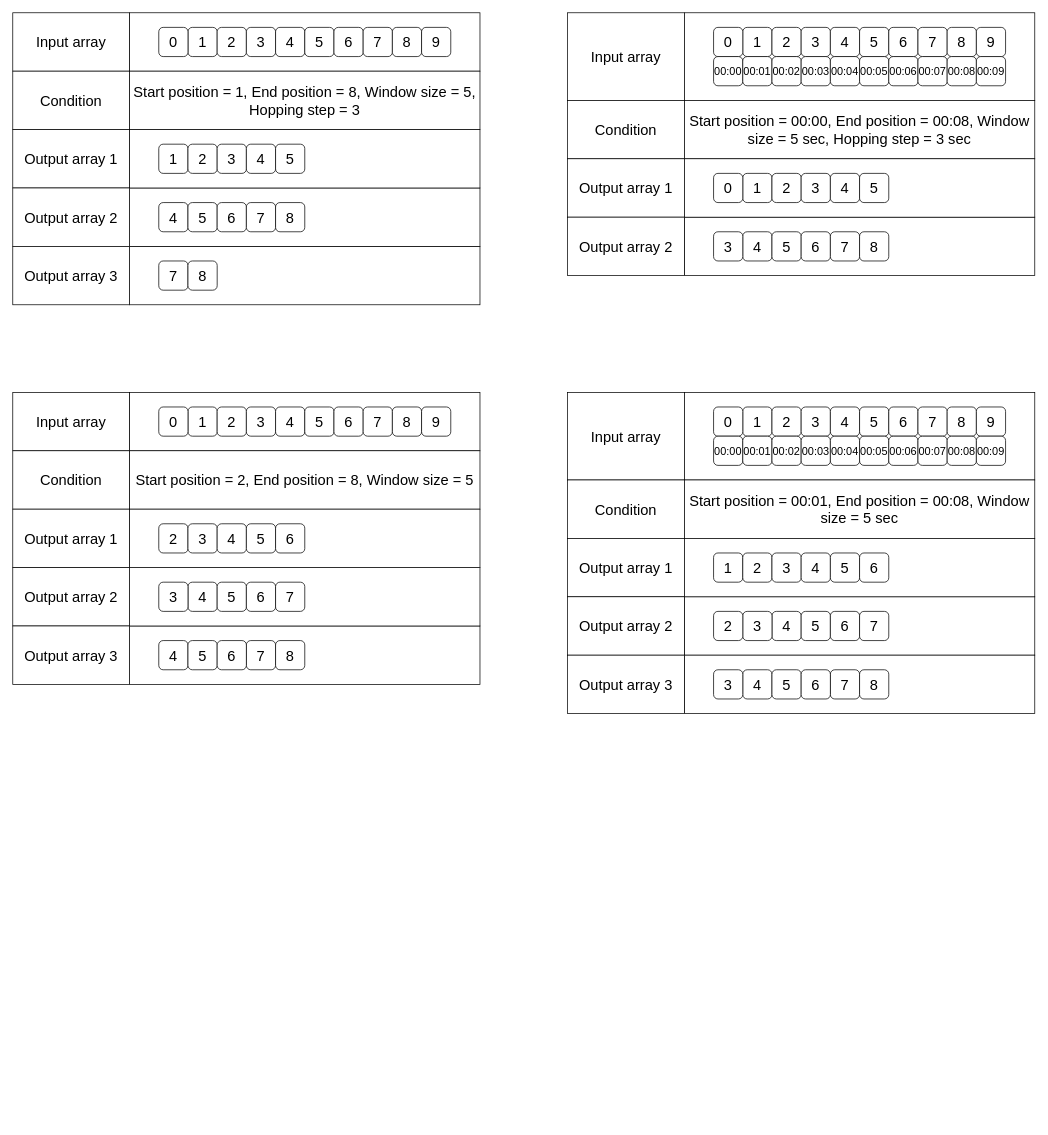
peponi-paradise/Peponi keeps this draw.io diagram as Peponi.Math/Peponi.Math/Docs/Windowing drawing.drawio. Above is the earlier version. Source tidied: cells renumbered, new cells numbered last; positions are measured from the earlier drawing's top-left corner, leaving out a move shared by most shapes. Both pictures are drawn from the tidied source at 73%, with x=0, y=0 at pixel (12, 12).
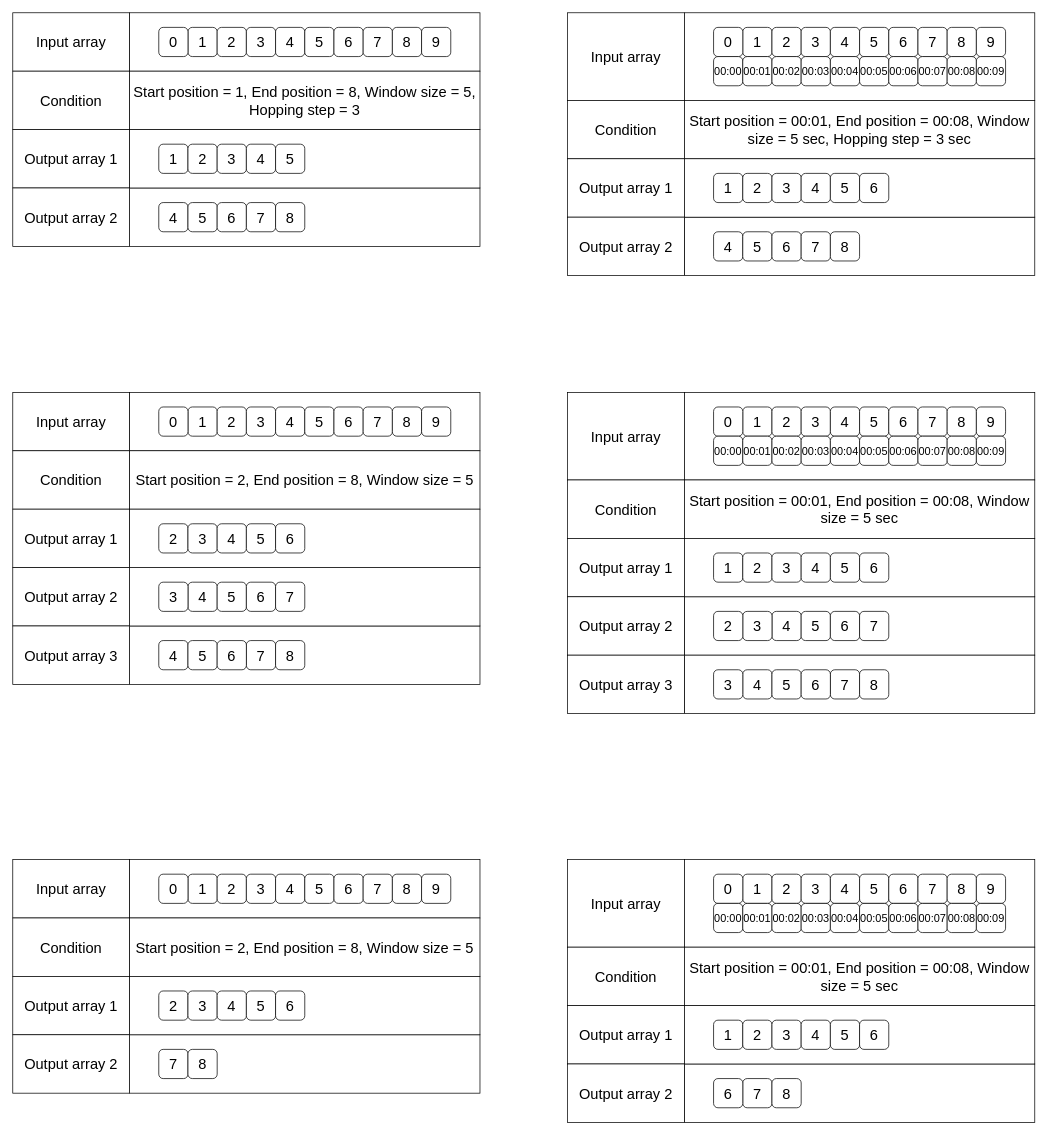
Above is the later version.

Commit message (it also covers changes not shown here):
Hopping window 로직 수정 및 Doc 작성중

The edit, as a diff of the source:
```diff
@@
-    <mxCell id="2" style="rounded=0;whiteSpace=wrap;html=1;fontSize=20;" parent="1" vertex="1">
-      <mxGeometry x="160" y="320" width="480" height="80" as="geometry" />
-    </mxCell>
@@
-    <mxCell id="30" value="7" style="rounded=1;whiteSpace=wrap;html=1;fontSize=20;" parent="1" vertex="1">
-      <mxGeometry x="200" y="340" width="40" height="40" as="geometry" />
-    </mxCell>
-    <mxCell id="31" value="8" style="rounded=1;whiteSpace=wrap;html=1;fontSize=20;" parent="1" vertex="1">
-      <mxGeometry x="240" y="340" width="40" height="40" as="geometry" />
-    </mxCell>
@@
-    <mxCell id="33" value="Output array 3" style="rounded=0;whiteSpace=wrap;html=1;fontSize=20;" parent="1" vertex="1">
-      <mxGeometry y="320" width="160" height="80" as="geometry" />
-    </mxCell>
@@
-    <mxCell id="48" value="Start position = 00:00, End position = 00:08, Window size = 5 sec, Hopping step = 3 sec" style="rounded=0;whiteSpace=wrap;html=1;fontSize=20;" parent="1" vertex="1">
+    <mxCell id="48" value="Start position = 00:01, End position = 00:08, Window size = 5 sec, Hopping step = 3 sec" style="rounded=0;whiteSpace=wrap;html=1;fontSize=20;" parent="1" vertex="1">
       <mxGeometry x="920" y="120" width="480" height="80" as="geometry" />
     </mxCell>
@@
     <mxCell id="51" value="1" style="rounded=1;whiteSpace=wrap;html=1;fontSize=20;" parent="1" vertex="1">
-      <mxGeometry x="1000" y="220" width="40" height="40" as="geometry" />
+      <mxGeometry x="960" y="220" width="40" height="40" as="geometry" />
     </mxCell>
     <mxCell id="52" value="2" style="rounded=1;whiteSpace=wrap;html=1;fontSize=20;" parent="1" vertex="1">
-      <mxGeometry x="1040" y="220" width="40" height="40" as="geometry" />
+      <mxGeometry x="1000" y="220" width="40" height="40" as="geometry" />
     </mxCell>
     <mxCell id="53" value="3" style="rounded=1;whiteSpace=wrap;html=1;fontSize=20;" parent="1" vertex="1">
-      <mxGeometry x="1080" y="220" width="40" height="40" as="geometry" />
+      <mxGeometry x="1040" y="220" width="40" height="40" as="geometry" />
     </mxCell>
     <mxCell id="54" value="4" style="rounded=1;whiteSpace=wrap;html=1;fontSize=20;" parent="1" vertex="1">
-      <mxGeometry x="1120" y="220" width="40" height="40" as="geometry" />
+      <mxGeometry x="1080" y="220" width="40" height="40" as="geometry" />
     </mxCell>
     <mxCell id="55" value="5" style="rounded=1;whiteSpace=wrap;html=1;fontSize=20;" parent="1" vertex="1">
-      <mxGeometry x="1160" y="220" width="40" height="40" as="geometry" />
+      <mxGeometry x="1120" y="220" width="40" height="40" as="geometry" />
     </mxCell>
     <mxCell id="56" value="4" style="rounded=1;whiteSpace=wrap;html=1;fontSize=20;" parent="1" vertex="1">
-      <mxGeometry x="1000" y="300" width="40" height="40" as="geometry" />
+      <mxGeometry x="960" y="300" width="40" height="40" as="geometry" />
     </mxCell>
     <mxCell id="57" value="5" style="rounded=1;whiteSpace=wrap;html=1;fontSize=20;" parent="1" vertex="1">
-      <mxGeometry x="1040" y="300" width="40" height="40" as="geometry" />
+      <mxGeometry x="1000" y="300" width="40" height="40" as="geometry" />
     </mxCell>
     <mxCell id="58" value="6" style="rounded=1;whiteSpace=wrap;html=1;fontSize=20;" parent="1" vertex="1">
-      <mxGeometry x="1080" y="300" width="40" height="40" as="geometry" />
+      <mxGeometry x="1040" y="300" width="40" height="40" as="geometry" />
     </mxCell>
     <mxCell id="59" value="7" style="rounded=1;whiteSpace=wrap;html=1;fontSize=20;" parent="1" vertex="1">
-      <mxGeometry x="1120" y="300" width="40" height="40" as="geometry" />
+      <mxGeometry x="1080" y="300" width="40" height="40" as="geometry" />
     </mxCell>
     <mxCell id="60" value="8" style="rounded=1;whiteSpace=wrap;html=1;fontSize=20;" parent="1" vertex="1">
-      <mxGeometry x="1160" y="300" width="40" height="40" as="geometry" />
+      <mxGeometry x="1120" y="300" width="40" height="40" as="geometry" />
     </mxCell>
@@
-    <mxCell id="72" value="0" style="rounded=1;whiteSpace=wrap;html=1;fontSize=20;" parent="1" vertex="1">
-      <mxGeometry x="960" y="220" width="40" height="40" as="geometry" />
-    </mxCell>
-    <mxCell id="73" value="3" style="rounded=1;whiteSpace=wrap;html=1;fontSize=20;" parent="1" vertex="1">
-      <mxGeometry x="960" y="300" width="40" height="40" as="geometry" />
-    </mxCell>
@@
+    <mxCell id="157" value="6" style="rounded=1;whiteSpace=wrap;html=1;fontSize=20;" parent="1" vertex="1">
+      <mxGeometry x="1160" y="220" width="40" height="40" as="geometry" />
+    </mxCell>
+    <mxCell id="158" style="rounded=0;whiteSpace=wrap;html=1;fontSize=20;" parent="1" vertex="1">
+      <mxGeometry x="160" y="1400" width="480" height="80" as="geometry" />
+    </mxCell>
+    <mxCell id="159" value="Input array" style="rounded=0;whiteSpace=wrap;html=1;fontSize=20;" parent="1" vertex="1">
+      <mxGeometry y="1160" width="160" height="80" as="geometry" />
+    </mxCell>
+    <mxCell id="160" style="rounded=0;whiteSpace=wrap;html=1;fontSize=20;" parent="1" vertex="1">
+      <mxGeometry x="160" y="1160" width="480" height="80" as="geometry" />
+    </mxCell>
+    <mxCell id="161" value="1" style="rounded=1;whiteSpace=wrap;html=1;fontSize=20;" parent="1" vertex="1">
+      <mxGeometry x="240" y="1180" width="40" height="40" as="geometry" />
+    </mxCell>
+    <mxCell id="162" value="2" style="rounded=1;whiteSpace=wrap;html=1;fontSize=20;" parent="1" vertex="1">
+      <mxGeometry x="280" y="1180" width="40" height="40" as="geometry" />
+    </mxCell>
+    <mxCell id="163" value="3" style="rounded=1;whiteSpace=wrap;html=1;fontSize=20;" parent="1" vertex="1">
+      <mxGeometry x="320" y="1180" width="40" height="40" as="geometry" />
+    </mxCell>
+    <mxCell id="164" value="4" style="rounded=1;whiteSpace=wrap;html=1;fontSize=20;" parent="1" vertex="1">
+      <mxGeometry x="360" y="1180" width="40" height="40" as="geometry" />
+    </mxCell>
+    <mxCell id="165" value="5" style="rounded=1;whiteSpace=wrap;html=1;fontSize=20;" parent="1" vertex="1">
+      <mxGeometry x="400" y="1180" width="40" height="40" as="geometry" />
+    </mxCell>
+    <mxCell id="166" value="6" style="rounded=1;whiteSpace=wrap;html=1;fontSize=20;" parent="1" vertex="1">
+      <mxGeometry x="440" y="1180" width="40" height="40" as="geometry" />
+    </mxCell>
+    <mxCell id="167" value="7" style="rounded=1;whiteSpace=wrap;html=1;fontSize=20;" parent="1" vertex="1">
+      <mxGeometry x="480" y="1180" width="40" height="40" as="geometry" />
+    </mxCell>
+    <mxCell id="168" value="8" style="rounded=1;whiteSpace=wrap;html=1;fontSize=20;" parent="1" vertex="1">
+      <mxGeometry x="520" y="1180" width="40" height="40" as="geometry" />
+    </mxCell>
+    <mxCell id="169" value="9" style="rounded=1;whiteSpace=wrap;html=1;fontSize=20;" parent="1" vertex="1">
+      <mxGeometry x="560" y="1180" width="40" height="40" as="geometry" />
+    </mxCell>
+    <mxCell id="170" value="Condition" style="rounded=0;whiteSpace=wrap;html=1;fontSize=20;" parent="1" vertex="1">
+      <mxGeometry y="1240" width="160" height="80" as="geometry" />
+    </mxCell>
+    <mxCell id="171" value="0" style="rounded=1;whiteSpace=wrap;html=1;fontSize=20;" parent="1" vertex="1">
+      <mxGeometry x="200" y="1180" width="40" height="40" as="geometry" />
+    </mxCell>
+    <mxCell id="172" value="Start position = 2, End position = 8, Window size = 5" style="rounded=0;whiteSpace=wrap;html=1;fontSize=20;" parent="1" vertex="1">
+      <mxGeometry x="160" y="1240" width="480" height="80" as="geometry" />
+    </mxCell>
+    <mxCell id="173" value="Output array 1" style="rounded=0;whiteSpace=wrap;html=1;fontSize=20;" parent="1" vertex="1">
+      <mxGeometry y="1320" width="160" height="80" as="geometry" />
+    </mxCell>
+    <mxCell id="174" style="rounded=0;whiteSpace=wrap;html=1;fontSize=20;" parent="1" vertex="1">
+      <mxGeometry x="160" y="1320" width="480" height="80" as="geometry" />
+    </mxCell>
+    <mxCell id="175" value="2" style="rounded=1;whiteSpace=wrap;html=1;fontSize=20;" parent="1" vertex="1">
+      <mxGeometry x="200" y="1340" width="40" height="40" as="geometry" />
+    </mxCell>
+    <mxCell id="176" value="3" style="rounded=1;whiteSpace=wrap;html=1;fontSize=20;" parent="1" vertex="1">
+      <mxGeometry x="240" y="1340" width="40" height="40" as="geometry" />
+    </mxCell>
+    <mxCell id="177" value="4" style="rounded=1;whiteSpace=wrap;html=1;fontSize=20;" parent="1" vertex="1">
+      <mxGeometry x="280" y="1340" width="40" height="40" as="geometry" />
+    </mxCell>
+    <mxCell id="178" value="5" style="rounded=1;whiteSpace=wrap;html=1;fontSize=20;" parent="1" vertex="1">
+      <mxGeometry x="320" y="1340" width="40" height="40" as="geometry" />
+    </mxCell>
+    <mxCell id="179" value="7" style="rounded=1;whiteSpace=wrap;html=1;fontSize=20;" parent="1" vertex="1">
+      <mxGeometry x="200" y="1420" width="40" height="40" as="geometry" />
+    </mxCell>
+    <mxCell id="180" value="8" style="rounded=1;whiteSpace=wrap;html=1;fontSize=20;" parent="1" vertex="1">
+      <mxGeometry x="240" y="1420" width="40" height="40" as="geometry" />
+    </mxCell>
+    <mxCell id="181" value="Output array 2" style="rounded=0;whiteSpace=wrap;html=1;fontSize=20;" parent="1" vertex="1">
+      <mxGeometry y="1400" width="160" height="80" as="geometry" />
+    </mxCell>
+    <mxCell id="182" value="6" style="rounded=1;whiteSpace=wrap;html=1;fontSize=20;" parent="1" vertex="1">
+      <mxGeometry x="360" y="1340" width="40" height="40" as="geometry" />
+    </mxCell>
+    <mxCell id="183" style="rounded=0;whiteSpace=wrap;html=1;fontSize=20;" parent="1" vertex="1">
+      <mxGeometry x="920" y="1440" width="480" height="80" as="geometry" />
+    </mxCell>
+    <mxCell id="184" value="Input array" style="rounded=0;whiteSpace=wrap;html=1;fontSize=20;" parent="1" vertex="1">
+      <mxGeometry x="760" y="1160" width="160" height="120" as="geometry" />
+    </mxCell>
+    <mxCell id="185" style="rounded=0;whiteSpace=wrap;html=1;fontSize=20;" parent="1" vertex="1">
+      <mxGeometry x="920" y="1160" width="480" height="120" as="geometry" />
+    </mxCell>
+    <mxCell id="186" value="1" style="rounded=1;whiteSpace=wrap;html=1;fontSize=20;" parent="1" vertex="1">
+      <mxGeometry x="1000" y="1180" width="40" height="40" as="geometry" />
+    </mxCell>
+    <mxCell id="187" value="2" style="rounded=1;whiteSpace=wrap;html=1;fontSize=20;" parent="1" vertex="1">
+      <mxGeometry x="1040" y="1180" width="40" height="40" as="geometry" />
+    </mxCell>
+    <mxCell id="188" value="3" style="rounded=1;whiteSpace=wrap;html=1;fontSize=20;" parent="1" vertex="1">
+      <mxGeometry x="1080" y="1180" width="40" height="40" as="geometry" />
+    </mxCell>
+    <mxCell id="189" value="4" style="rounded=1;whiteSpace=wrap;html=1;fontSize=20;" parent="1" vertex="1">
+      <mxGeometry x="1120" y="1180" width="40" height="40" as="geometry" />
+    </mxCell>
+    <mxCell id="190" value="5" style="rounded=1;whiteSpace=wrap;html=1;fontSize=20;" parent="1" vertex="1">
+      <mxGeometry x="1160" y="1180" width="40" height="40" as="geometry" />
+    </mxCell>
+    <mxCell id="191" value="6" style="rounded=1;whiteSpace=wrap;html=1;fontSize=20;" parent="1" vertex="1">
+      <mxGeometry x="1200" y="1180" width="40" height="40" as="geometry" />
+    </mxCell>
+    <mxCell id="192" value="7" style="rounded=1;whiteSpace=wrap;html=1;fontSize=20;" parent="1" vertex="1">
+      <mxGeometry x="1240" y="1180" width="40" height="40" as="geometry" />
+    </mxCell>
+    <mxCell id="193" value="8" style="rounded=1;whiteSpace=wrap;html=1;fontSize=20;" parent="1" vertex="1">
+      <mxGeometry x="1280" y="1180" width="40" height="40" as="geometry" />
+    </mxCell>
+    <mxCell id="194" value="9" style="rounded=1;whiteSpace=wrap;html=1;fontSize=20;" parent="1" vertex="1">
+      <mxGeometry x="1320" y="1180" width="40" height="40" as="geometry" />
+    </mxCell>
+    <mxCell id="195" value="Condition" style="rounded=0;whiteSpace=wrap;html=1;fontSize=20;" parent="1" vertex="1">
+      <mxGeometry x="760" y="1280" width="160" height="80" as="geometry" />
+    </mxCell>
+    <mxCell id="196" value="0" style="rounded=1;whiteSpace=wrap;html=1;fontSize=20;" parent="1" vertex="1">
+      <mxGeometry x="960" y="1180" width="40" height="40" as="geometry" />
+    </mxCell>
+    <mxCell id="197" value="Start position = 00:01, End position = 00:08, Window size = 5 sec" style="rounded=0;whiteSpace=wrap;html=1;fontSize=20;" parent="1" vertex="1">
+      <mxGeometry x="920" y="1280" width="480" height="80" as="geometry" />
+    </mxCell>
+    <mxCell id="198" value="Output array 1" style="rounded=0;whiteSpace=wrap;html=1;fontSize=20;" parent="1" vertex="1">
+      <mxGeometry x="760" y="1360" width="160" height="80" as="geometry" />
+    </mxCell>
+    <mxCell id="199" style="rounded=0;whiteSpace=wrap;html=1;fontSize=20;" parent="1" vertex="1">
+      <mxGeometry x="920" y="1360" width="480" height="80" as="geometry" />
+    </mxCell>
+    <mxCell id="200" value="1" style="rounded=1;whiteSpace=wrap;html=1;fontSize=20;" parent="1" vertex="1">
+      <mxGeometry x="960" y="1380" width="40" height="40" as="geometry" />
+    </mxCell>
+    <mxCell id="201" value="2" style="rounded=1;whiteSpace=wrap;html=1;fontSize=20;" parent="1" vertex="1">
+      <mxGeometry x="1000" y="1380" width="40" height="40" as="geometry" />
+    </mxCell>
+    <mxCell id="202" value="3" style="rounded=1;whiteSpace=wrap;html=1;fontSize=20;" parent="1" vertex="1">
+      <mxGeometry x="1040" y="1380" width="40" height="40" as="geometry" />
+    </mxCell>
+    <mxCell id="203" value="4" style="rounded=1;whiteSpace=wrap;html=1;fontSize=20;" parent="1" vertex="1">
+      <mxGeometry x="1080" y="1380" width="40" height="40" as="geometry" />
+    </mxCell>
+    <mxCell id="204" value="5" style="rounded=1;whiteSpace=wrap;html=1;fontSize=20;" parent="1" vertex="1">
+      <mxGeometry x="1120" y="1380" width="40" height="40" as="geometry" />
+    </mxCell>
+    <mxCell id="205" value="Output array 2" style="rounded=0;whiteSpace=wrap;html=1;fontSize=20;" parent="1" vertex="1">
+      <mxGeometry x="760" y="1440" width="160" height="80" as="geometry" />
+    </mxCell>
+    <mxCell id="206" value="00:00" style="rounded=1;whiteSpace=wrap;html=1;fontSize=15;" parent="1" vertex="1">
+      <mxGeometry x="960" y="1220" width="40" height="40" as="geometry" />
+    </mxCell>
+    <mxCell id="207" value="00:01" style="rounded=1;whiteSpace=wrap;html=1;fontSize=15;" parent="1" vertex="1">
+      <mxGeometry x="1000" y="1220" width="40" height="40" as="geometry" />
+    </mxCell>
+    <mxCell id="208" value="00:02" style="rounded=1;whiteSpace=wrap;html=1;fontSize=15;" parent="1" vertex="1">
+      <mxGeometry x="1040" y="1220" width="40" height="40" as="geometry" />
+    </mxCell>
+    <mxCell id="209" value="00:03" style="rounded=1;whiteSpace=wrap;html=1;fontSize=15;" parent="1" vertex="1">
+      <mxGeometry x="1080" y="1220" width="40" height="40" as="geometry" />
+    </mxCell>
+    <mxCell id="210" value="00:04" style="rounded=1;whiteSpace=wrap;html=1;fontSize=15;" parent="1" vertex="1">
+      <mxGeometry x="1120" y="1220" width="40" height="40" as="geometry" />
+    </mxCell>
+    <mxCell id="211" value="00:05" style="rounded=1;whiteSpace=wrap;html=1;fontSize=15;" parent="1" vertex="1">
+      <mxGeometry x="1160" y="1220" width="40" height="40" as="geometry" />
+    </mxCell>
+    <mxCell id="212" value="00:06" style="rounded=1;whiteSpace=wrap;html=1;fontSize=15;" parent="1" vertex="1">
+      <mxGeometry x="1200" y="1220" width="40" height="40" as="geometry" />
+    </mxCell>
+    <mxCell id="213" value="00:07" style="rounded=1;whiteSpace=wrap;html=1;fontSize=15;" parent="1" vertex="1">
+      <mxGeometry x="1240" y="1220" width="40" height="40" as="geometry" />
+    </mxCell>
+    <mxCell id="214" value="00:08" style="rounded=1;whiteSpace=wrap;html=1;fontSize=15;" parent="1" vertex="1">
+      <mxGeometry x="1280" y="1220" width="40" height="40" as="geometry" />
+    </mxCell>
+    <mxCell id="215" value="00:09" style="rounded=1;whiteSpace=wrap;html=1;fontSize=15;" parent="1" vertex="1">
+      <mxGeometry x="1320" y="1220" width="40" height="40" as="geometry" />
+    </mxCell>
+    <mxCell id="216" value="6" style="rounded=1;whiteSpace=wrap;html=1;fontSize=20;" parent="1" vertex="1">
+      <mxGeometry x="1160" y="1380" width="40" height="40" as="geometry" />
+    </mxCell>
+    <mxCell id="217" value="7" style="rounded=1;whiteSpace=wrap;html=1;fontSize=20;" parent="1" vertex="1">
+      <mxGeometry x="1000" y="1460" width="40" height="40" as="geometry" />
+    </mxCell>
+    <mxCell id="218" value="8" style="rounded=1;whiteSpace=wrap;html=1;fontSize=20;" parent="1" vertex="1">
+      <mxGeometry x="1040" y="1460" width="40" height="40" as="geometry" />
+    </mxCell>
+    <mxCell id="219" value="6" style="rounded=1;whiteSpace=wrap;html=1;fontSize=20;" parent="1" vertex="1">
+      <mxGeometry x="960" y="1460" width="40" height="40" as="geometry" />
+    </mxCell>
```
